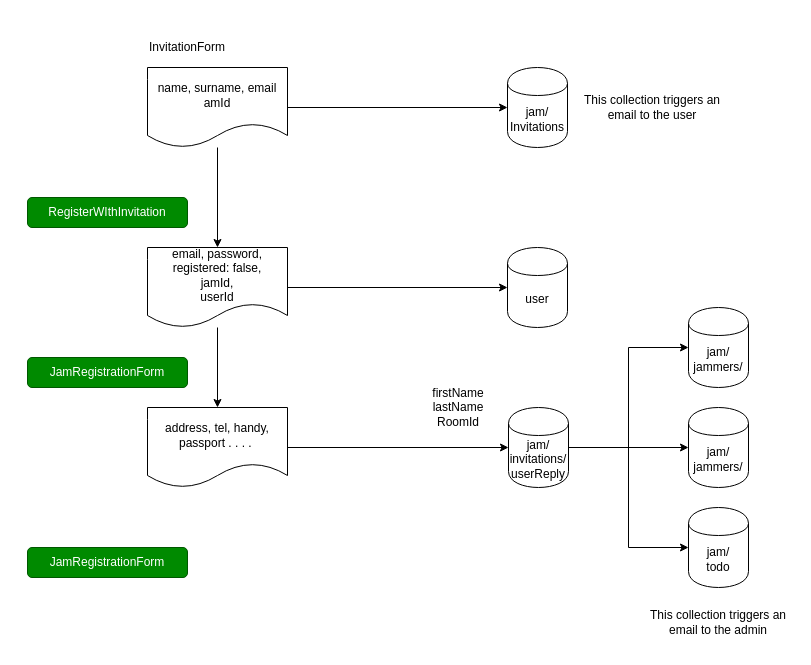
This is page "New Tenant" (2 of 3) of public/data-store.drawio from AriCima/jams, a draw.io file, before an edit. Source tidied: cells renumbered, new cells numbered last; positions are measured from the earlier drawing's top-left corner, leaving out a move shared by most shapes. Both pictures are drawn from the tidied source at 100%, with x=0, y=0 at pixel (27, 37).
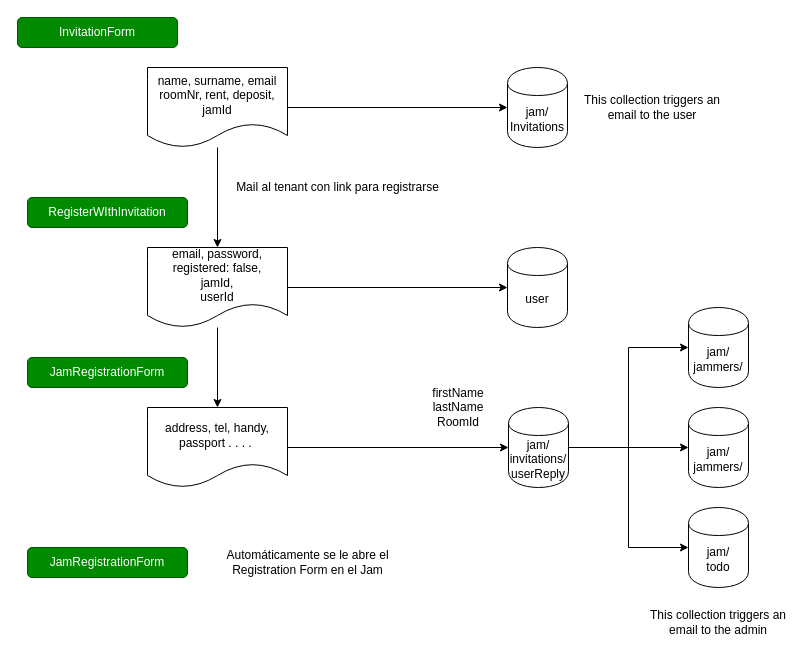
The same page after the edit.

The edit, as a diff of the source:
```diff
@@
-    <mxCell id="4" value="name, surname, email&lt;br&gt;amId" style="shape=document;whiteSpace=wrap;html=1;boundedLbl=1;" parent="1" vertex="1">
+    <mxCell id="4" value="name, surname, email&lt;br&gt;roomNr, rent, deposit, jamId" style="shape=document;whiteSpace=wrap;html=1;boundedLbl=1;" parent="1" vertex="1">
       <mxGeometry x="120" y="30" width="140" height="80" as="geometry" />
     </mxCell>
@@
-    <mxCell id="9" value="InvitationForm" style="text;html=1;strokeColor=none;fillColor=none;align=left;verticalAlign=middle;whiteSpace=wrap;rounded=0;" parent="1" vertex="1">
-      <mxGeometry x="120" width="110" height="20" as="geometry" />
-    </mxCell>
@@
+    <mxCell id="9" value="InvitationForm" style="rounded=1;whiteSpace=wrap;html=1;fillColor=#008a00;strokeColor=#005700;fontColor=#ffffff;" parent="1" vertex="1">
+      <mxGeometry x="-10" y="-20" width="160" height="30" as="geometry" />
+    </mxCell>
+    <mxCell id="26" value="Mail al tenant con link para registrarse" style="text;html=1;align=center;verticalAlign=middle;" parent="1" vertex="1">
+      <mxGeometry x="200" y="140" width="220" height="20" as="geometry" />
+    </mxCell>
+    <mxCell id="27" value="Automáticamente se le abre el &lt;br&gt;Registration Form en el Jam" style="text;html=1;align=center;verticalAlign=middle;" parent="1" vertex="1">
+      <mxGeometry x="190" y="510" width="180" height="30" as="geometry" />
+    </mxCell>
```
